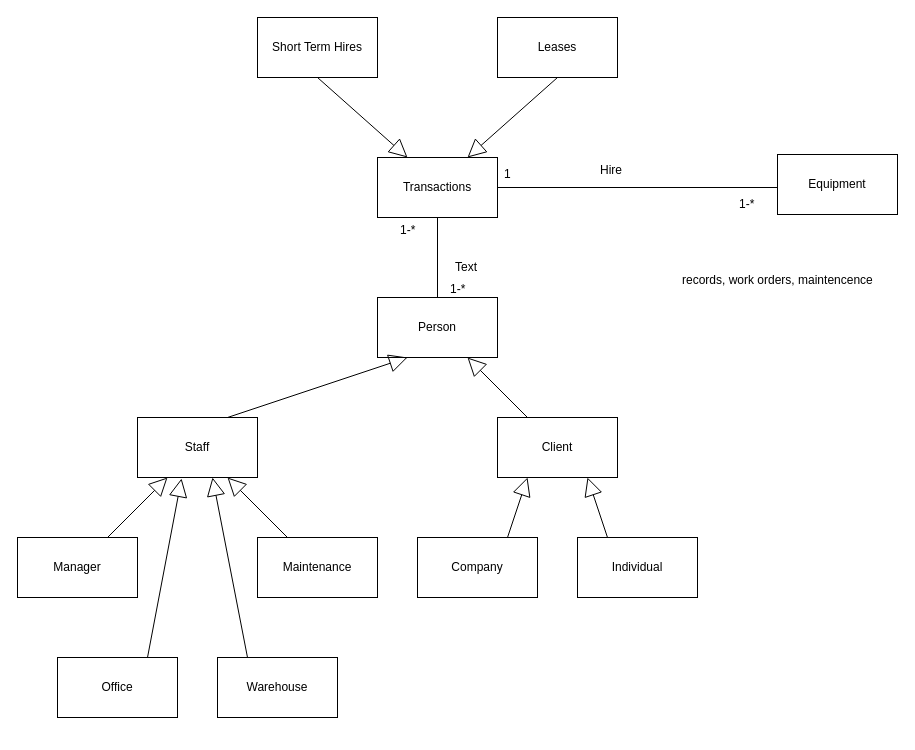
Before: Class Diagram.drawio in JamesMace/drawIo-2.0, a draw.io diagram. Source tidied: cells renumbered, new cells numbered last; positions are measured from the earlier drawing's top-left corner, leaving out a move shared by most shapes. Both pictures are drawn from the tidied source at 100%, with x=0, y=0 at pixel (17, 17).
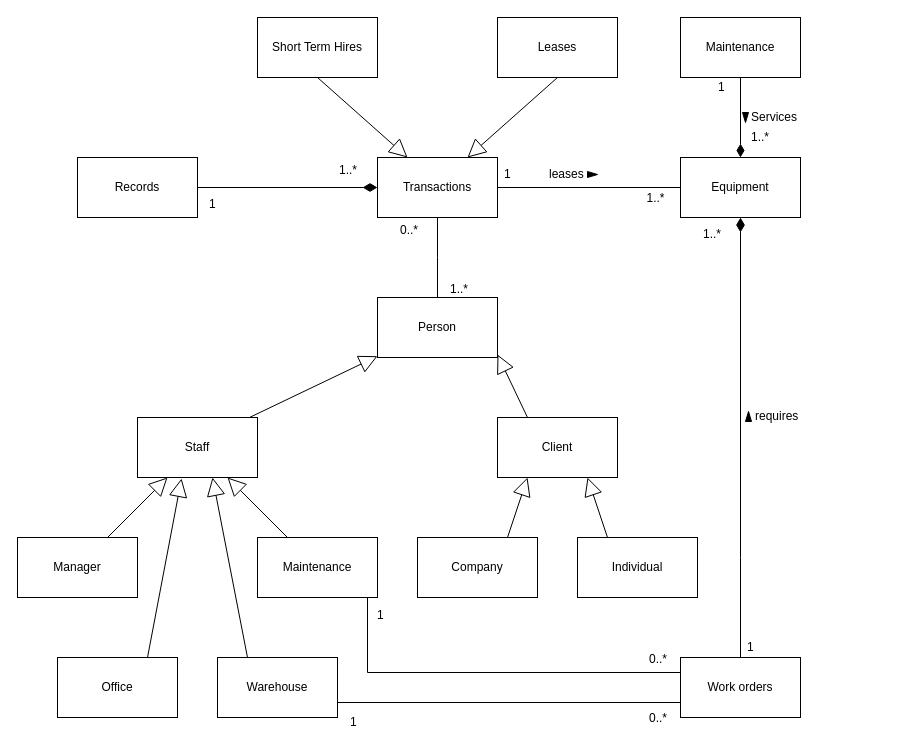
The same page after the edit.

The change refers to these unchanged cells:
```xml
<mxCell id="3" value="Person&lt;br&gt;" style="rounded=0;whiteSpace=wrap;html=1;" parent="1" vertex="1">
  <mxGeometry x="360" y="280" width="120" height="60" as="geometry" />
</mxCell>
<mxCell id="5" value="Transactions" style="rounded=0;whiteSpace=wrap;html=1;" parent="1" vertex="1">
  <mxGeometry x="360" y="140" width="120" height="60" as="geometry" />
</mxCell>
<mxCell id="8" value="Staff" style="rounded=0;whiteSpace=wrap;html=1;" parent="1" vertex="1">
  <mxGeometry x="120" y="400" width="120" height="60" as="geometry" />
</mxCell>
<mxCell id="9" value="Client" style="rounded=0;whiteSpace=wrap;html=1;" parent="1" vertex="1">
  <mxGeometry x="480" y="400" width="120" height="60" as="geometry" />
</mxCell>
<mxCell id="12" value="Warehouse" style="rounded=0;whiteSpace=wrap;html=1;" parent="1" vertex="1">
  <mxGeometry x="200" y="640" width="120" height="60" as="geometry" />
</mxCell>
<mxCell id="13" value="Maintenance" style="rounded=0;whiteSpace=wrap;html=1;" parent="1" vertex="1">
  <mxGeometry x="240" y="520" width="120" height="60" as="geometry" />
</mxCell>
```

What changed in the source:
```diff
@@
     <mxCell id="2" value="Equipment" style="rounded=0;whiteSpace=wrap;html=1;" parent="1" vertex="1">
-      <mxGeometry x="760" y="137" width="120" height="60" as="geometry" />
+      <mxGeometry x="663" y="140" width="120" height="60" as="geometry" />
     </mxCell>
+    <mxCell id="34" style="edgeStyle=orthogonalEdgeStyle;rounded=0;jettySize=auto;html=1;endArrow=none;endFill=0;endSize=12;targetPerimeterSpacing=0;strokeWidth=1;startArrow=diamondThin;startFill=1;startSize=11;" parent="1" edge="1" source="2" target="40">
+      <mxGeometry relative="1" as="geometry" />
+    </mxCell>
@@
     <mxCell id="4" style="edgeStyle=orthogonalEdgeStyle;rounded=0;jettySize=auto;html=1;entryX=0.5;entryY=0;entryDx=0;entryDy=0;endArrow=none;endFill=0;" parent="1" edge="1" source="5" target="3">
-      <mxGeometry relative="1" as="geometry" />
+      <mxGeometry relative="1" as="geometry">
+        <Array as="points">
+          <mxPoint x="420" y="240" />
+          <mxPoint x="420" y="240" />
+        </Array>
+      </mxGeometry>
     </mxCell>
@@
+    <mxCell id="35" style="edgeStyle=orthogonalEdgeStyle;rounded=0;jettySize=auto;html=1;exitX=1;exitY=0.75;exitDx=0;exitDy=0;entryX=0;entryY=0.616;entryDx=0;entryDy=0;entryPerimeter=0;startArrow=none;startFill=0;startSize=17;endArrow=none;endFill=0;endSize=12;targetPerimeterSpacing=0;strokeWidth=1;" parent="1" edge="1" source="12" target="39">
+      <mxGeometry relative="1" as="geometry">
+        <Array as="points">
+          <mxPoint x="663" y="685" />
+        </Array>
+      </mxGeometry>
+    </mxCell>
@@
+    <mxCell id="36" style="edgeStyle=orthogonalEdgeStyle;rounded=0;jettySize=auto;html=1;exitX=0.75;exitY=1;exitDx=0;exitDy=0;entryX=0;entryY=0.25;entryDx=0;entryDy=0;startArrow=none;startFill=0;startSize=17;endArrow=none;endFill=0;endSize=12;targetPerimeterSpacing=0;strokeWidth=1;" parent="1" edge="1" source="13" target="39">
+      <mxGeometry relative="1" as="geometry">
+        <Array as="points">
+          <mxPoint x="350" y="580" />
+          <mxPoint x="350" y="655" />
+        </Array>
+      </mxGeometry>
+    </mxCell>
@@
-    <mxCell id="18" style="endArrow=block;endSize=16;endFill=0;html=1;entryX=0.25;entryY=1;entryDx=0;entryDy=0;exitX=0.75;exitY=0;exitDx=0;exitDy=0;" parent="1" edge="1" source="8" target="3">
+    <mxCell id="18" style="endArrow=block;endSize=16;endFill=0;html=1;exitX=0.933;exitY=0;exitDx=0;exitDy=0;exitPerimeter=0;" parent="1" edge="1" source="8" target="3">
       <mxGeometry relative="1" as="geometry" />
     </mxCell>
-    <mxCell id="19" style="endArrow=block;endSize=16;endFill=0;html=1;entryX=0.75;entryY=1;entryDx=0;entryDy=0;exitX=0.25;exitY=0;exitDx=0;exitDy=0;" parent="1" edge="1" source="9" target="3">
+    <mxCell id="19" style="endArrow=block;endSize=16;endFill=0;html=1;entryX=1;entryY=0.95;entryDx=0;entryDy=0;exitX=0.25;exitY=0;exitDx=0;exitDy=0;entryPerimeter=0;" parent="1" edge="1" source="9" target="3">
       <mxGeometry relative="1" as="geometry" />
     </mxCell>
@@
-    <mxCell id="26" style="endArrow=none;html=1;" parent="1" edge="1">
+    <mxCell id="26" style="endArrow=none;html=1;" parent="1" edge="1" source="2">
       <mxGeometry relative="1" as="geometry">
-        <mxPoint x="760" y="170" as="sourcePoint" />
         <mxPoint x="480" y="170" as="targetPoint" />
       </mxGeometry>
     </mxCell>
+    <mxCell id="37" value="1..*" style="text;html=1;align=center;verticalAlign=middle;labelBackgroundColor=#ffffff;" parent="26" vertex="1">
+      <mxGeometry x="-0.72" y="10" relative="1" as="geometry" />
+    </mxCell>
-    <mxCell id="27" value="1-*" style="text;html=1;align=left;verticalAlign=top;spacingTop=-4;" parent="1" vertex="1">
+    <mxCell id="27" value="1..*" style="text;html=1;align=left;verticalAlign=top;spacingTop=-4;" parent="1" vertex="1">
       <mxGeometry x="431" y="262" width="30" height="20" as="geometry" />
     </mxCell>
-    <mxCell id="28" value="1-*" style="text;html=1;align=left;verticalAlign=top;spacingTop=-4;" parent="1" vertex="1">
+    <mxCell id="28" value="0..*" style="text;html=1;align=left;verticalAlign=top;spacingTop=-4;" parent="1" vertex="1">
       <mxGeometry x="381" y="203" width="30" height="20" as="geometry" />
     </mxCell>
@@
-    <mxCell id="30" value="1-*" style="text;html=1;align=left;verticalAlign=top;spacingTop=-4;" parent="1" vertex="1">
-      <mxGeometry x="720" y="177" width="30" height="20" as="geometry" />
-    </mxCell>
-    <mxCell id="31" value="Hire" style="text;html=1;align=left;verticalAlign=top;spacingTop=-4;" parent="1" vertex="1">
-      <mxGeometry x="580.5" y="143" width="40" height="20" as="geometry" />
-    </mxCell>
-    <mxCell id="32" value="Text" style="text;html=1;align=left;verticalAlign=top;spacingTop=-4;" parent="1" vertex="1">
-      <mxGeometry x="436" y="240" width="40" height="20" as="geometry" />
-    </mxCell>
-    <mxCell id="33" value="records, work orders, maintencence&amp;nbsp;&lt;br&gt;&lt;br&gt;" style="text;html=1;align=left;verticalAlign=top;spacingTop=-4;" parent="1" vertex="1">
-      <mxGeometry x="663" y="253" width="210" height="30" as="geometry" />
-    </mxCell>
+    <mxCell id="38" style="edgeStyle=orthogonalEdgeStyle;rounded=0;jettySize=auto;html=1;startArrow=none;startFill=0;startSize=17;endArrow=diamondThin;endFill=1;endSize=12;targetPerimeterSpacing=0;strokeWidth=1;" parent="1" edge="1" source="39" target="2">
+      <mxGeometry relative="1" as="geometry">
+        <Array as="points">
+          <mxPoint x="723" y="540" />
+          <mxPoint x="723" y="540" />
+        </Array>
+      </mxGeometry>
+    </mxCell>
+    <mxCell id="39" value="Work orders" style="rounded=0;whiteSpace=wrap;html=1;" parent="1" vertex="1">
+      <mxGeometry x="663" y="640" width="120" height="60" as="geometry" />
+    </mxCell>
+    <mxCell id="40" value="Maintenance" style="rounded=0;whiteSpace=wrap;html=1;" parent="1" vertex="1">
+      <mxGeometry x="663" width="120" height="60" as="geometry" />
+    </mxCell>
+    <mxCell id="41" style="edgeStyle=orthogonalEdgeStyle;rounded=0;jettySize=auto;html=1;entryX=0;entryY=0.5;entryDx=0;entryDy=0;endArrow=diamondThin;endFill=1;strokeWidth=1;endSize=12;targetPerimeterSpacing=0;" parent="1" edge="1" source="42" target="5">
+      <mxGeometry relative="1" as="geometry" />
+    </mxCell>
+    <mxCell id="42" value="Records" style="rounded=0;whiteSpace=wrap;html=1;" parent="1" vertex="1">
+      <mxGeometry x="60" y="140" width="120" height="60" as="geometry" />
+    </mxCell>
+    <mxCell id="43" value="1" style="text;html=1;align=left;verticalAlign=top;spacingTop=-4;" parent="1" vertex="1">
+      <mxGeometry x="728" y="620" width="20" height="20" as="geometry" />
+    </mxCell>
+    <mxCell id="44" value="1..*" style="text;html=1;align=left;verticalAlign=top;spacingTop=-4;" parent="1" vertex="1">
+      <mxGeometry x="684" y="206.5" width="30" height="20" as="geometry" />
+    </mxCell>
+    <mxCell id="45" value="1" style="text;html=1;align=left;verticalAlign=top;spacingTop=-4;" parent="1" vertex="1">
+      <mxGeometry x="190" y="177" width="20" height="20" as="geometry" />
+    </mxCell>
+    <mxCell id="46" value="1..*" style="text;html=1;align=left;verticalAlign=top;spacingTop=-4;" parent="1" vertex="1">
+      <mxGeometry x="320" y="143" width="30" height="20" as="geometry" />
+    </mxCell>
+    <mxCell id="47" value="1" style="text;html=1;align=left;verticalAlign=top;spacingTop=-4;" parent="1" vertex="1">
+      <mxGeometry x="699" y="60" width="20" height="20" as="geometry" />
+    </mxCell>
+    <mxCell id="48" value="1..*" style="text;html=1;align=left;verticalAlign=top;spacingTop=-4;" parent="1" vertex="1">
+      <mxGeometry x="732" y="110" width="30" height="20" as="geometry" />
+    </mxCell>
+    <mxCell id="49" value="Services" style="text;html=1;align=left;verticalAlign=top;spacingTop=-4;" parent="1" vertex="1">
+      <mxGeometry x="732" y="90" width="60" height="20" as="geometry" />
+    </mxCell>
+    <mxCell id="50" style="triangle;whiteSpace=wrap;html=1;rotation=90;fillColor=#000000;" parent="1" vertex="1">
+      <mxGeometry x="723" y="97" width="10" height="6" as="geometry" />
+    </mxCell>
+    <mxCell id="51" value="leases" style="text;html=1;align=left;verticalAlign=top;spacingTop=-4;" parent="1" vertex="1">
+      <mxGeometry x="530" y="147" width="50" height="20" as="geometry" />
+    </mxCell>
+    <mxCell id="52" style="triangle;whiteSpace=wrap;html=1;rotation=0;fillColor=#000000;" parent="1" vertex="1">
+      <mxGeometry x="570" y="154" width="10" height="6" as="geometry" />
+    </mxCell>
+    <mxCell id="53" value="1" style="text;html=1;align=left;verticalAlign=top;spacingTop=-4;" parent="1" vertex="1">
+      <mxGeometry x="358" y="588" width="20" height="20" as="geometry" />
+    </mxCell>
+    <mxCell id="54" value="1" style="text;html=1;align=left;verticalAlign=top;spacingTop=-4;" parent="1" vertex="1">
+      <mxGeometry x="331" y="695" width="20" height="20" as="geometry" />
+    </mxCell>
+    <mxCell id="55" value="0..*" style="text;html=1;align=left;verticalAlign=top;spacingTop=-4;" parent="1" vertex="1">
+      <mxGeometry x="630" y="632" width="30" height="20" as="geometry" />
+    </mxCell>
+    <mxCell id="56" value="0..*" style="text;html=1;align=left;verticalAlign=top;spacingTop=-4;" parent="1" vertex="1">
+      <mxGeometry x="630" y="691" width="30" height="20" as="geometry" />
+    </mxCell>
+    <mxCell id="57" value="requires" style="text;html=1;align=left;verticalAlign=top;spacingTop=-4;" parent="1" vertex="1">
+      <mxGeometry x="736" y="389" width="60" height="20" as="geometry" />
+    </mxCell>
+    <mxCell id="58" style="triangle;whiteSpace=wrap;html=1;rotation=-90;fillColor=#000000;" parent="1" vertex="1">
+      <mxGeometry x="726" y="396" width="10" height="6" as="geometry" />
+    </mxCell>
```
